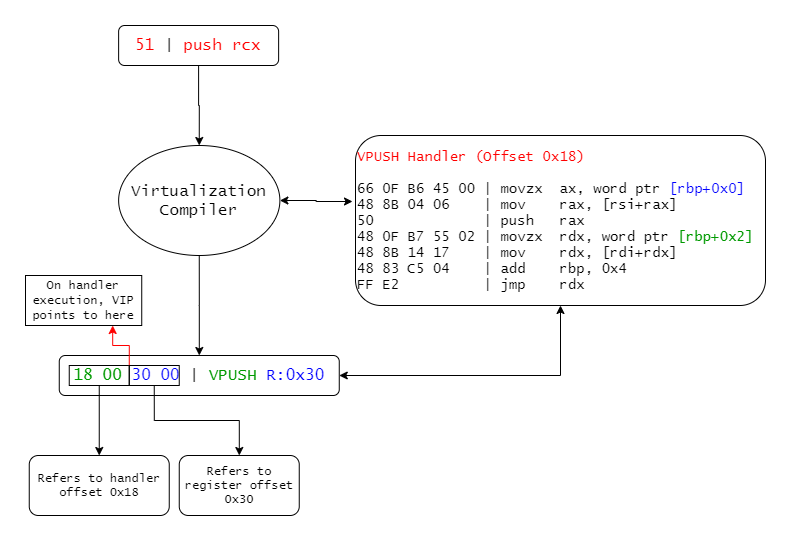
Above: assets/virtualization-1/vm-flowchart.png in 0xnobody/0xnobody.github.io (draw.io), before the change. Source tidied: cells renumbered, new cells last; positions are measured from the earlier drawing's top-left corner, leaving out a move shared by most shapes.
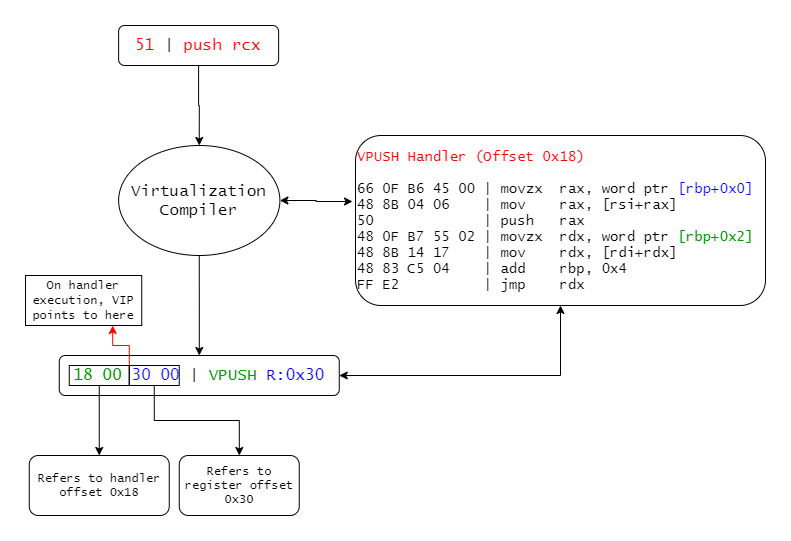
The same file after the commit.

Change to the diagram source:
```diff
@@ -46,7 +46,7 @@
     <mxCell id="15" value="&lt;font style=&quot;font-size: 16px&quot;&gt;Virtualization Compiler&lt;/font&gt;" style="ellipse;whiteSpace=wrap;html=1;fillColor=none;fontFamily=Lucida Console;fontColor=#000000;" parent="1" vertex="1">
       <mxGeometry x="93.1" y="120" width="161.2" height="110" as="geometry" />
     </mxCell>
-    <mxCell id="16" value="&lt;div style=&quot;font-size: 14px&quot;&gt;&lt;font style=&quot;font-size: 14px&quot; color=&quot;#ff0000&quot;&gt;VPUSH Handler (Offset 0x18)&lt;/font&gt;&lt;/div&gt;&lt;div style=&quot;font-size: 14px&quot;&gt;&lt;font style=&quot;font-size: 14px&quot;&gt;&lt;br&gt;&lt;/font&gt;&lt;/div&gt;&lt;div style=&quot;font-size: 14px&quot;&gt;&lt;font style=&quot;font-size: 14px&quot;&gt;66 0F B6 45 00 | movzx&amp;nbsp; ax, word ptr&amp;nbsp;&lt;font color=&quot;#0000ff&quot;&gt;[rbp+0x0]&lt;/font&gt;&lt;/font&gt;&lt;/div&gt;&lt;div style=&quot;font-size: 14px&quot;&gt;&lt;font style=&quot;font-size: 14px&quot;&gt;48 8B 04 06&amp;nbsp; &amp;nbsp; | mov&amp;nbsp; &amp;nbsp; rax, [rsi+rax]&lt;/font&gt;&lt;/div&gt;&lt;div style=&quot;font-size: 14px&quot;&gt;&lt;font style=&quot;font-size: 14px&quot;&gt;50&amp;nbsp; &amp;nbsp; &amp;nbsp; &amp;nbsp; &amp;nbsp; &amp;nbsp; &amp;nbsp;| push&amp;nbsp; &amp;nbsp;rax&lt;/font&gt;&lt;/div&gt;&lt;div style=&quot;font-size: 14px&quot;&gt;&lt;font style=&quot;font-size: 14px&quot;&gt;48 0F B7 55 02 | movzx&amp;nbsp; rdx, word ptr &lt;font color=&quot;#009900&quot;&gt;[rbp+0x2]&lt;/font&gt;&lt;/font&gt;&lt;/div&gt;&lt;div style=&quot;font-size: 14px&quot;&gt;&lt;font style=&quot;font-size: 14px&quot;&gt;48 8B 14 17&amp;nbsp; &amp;nbsp; | mov&amp;nbsp; &amp;nbsp; rdx, [rdi+rdx]&lt;/font&gt;&lt;/div&gt;&lt;div style=&quot;font-size: 14px&quot;&gt;&lt;font style=&quot;font-size: 14px&quot;&gt;48 83 C5 04&amp;nbsp; &amp;nbsp; | add&amp;nbsp; &amp;nbsp; rbp, 0x4&lt;/font&gt;&lt;/div&gt;&lt;div style=&quot;font-size: 14px&quot;&gt;&lt;font style=&quot;font-size: 14px&quot;&gt;FF E2&amp;nbsp; &amp;nbsp; &amp;nbsp; &amp;nbsp; &amp;nbsp; | jmp&amp;nbsp; &amp;nbsp; rdx&lt;/font&gt;&lt;/div&gt;" style="rounded=1;whiteSpace=wrap;html=1;fillColor=none;fontFamily=Lucida Console;fontColor=#000000;align=left;" parent="1" vertex="1">
+    <mxCell id="16" value="&lt;div style=&quot;font-size: 14px&quot;&gt;&lt;font style=&quot;font-size: 14px&quot; color=&quot;#ff0000&quot;&gt;VPUSH Handler (Offset 0x18)&lt;/font&gt;&lt;/div&gt;&lt;div style=&quot;font-size: 14px&quot;&gt;&lt;font style=&quot;font-size: 14px&quot;&gt;&lt;br&gt;&lt;/font&gt;&lt;/div&gt;&lt;div style=&quot;font-size: 14px&quot;&gt;&lt;font style=&quot;font-size: 14px&quot;&gt;66 0F B6 45 00 | movzx&amp;nbsp; rax, word ptr&amp;nbsp;&lt;font color=&quot;#0000ff&quot;&gt;[rbp+0x0]&lt;/font&gt;&lt;/font&gt;&lt;/div&gt;&lt;div style=&quot;font-size: 14px&quot;&gt;&lt;font style=&quot;font-size: 14px&quot;&gt;48 8B 04 06&amp;nbsp; &amp;nbsp; | mov&amp;nbsp; &amp;nbsp; rax, [rsi+rax]&lt;/font&gt;&lt;/div&gt;&lt;div style=&quot;font-size: 14px&quot;&gt;&lt;font style=&quot;font-size: 14px&quot;&gt;50&amp;nbsp; &amp;nbsp; &amp;nbsp; &amp;nbsp; &amp;nbsp; &amp;nbsp; &amp;nbsp;| push&amp;nbsp; &amp;nbsp;rax&lt;/font&gt;&lt;/div&gt;&lt;div style=&quot;font-size: 14px&quot;&gt;&lt;font style=&quot;font-size: 14px&quot;&gt;48 0F B7 55 02 | movzx&amp;nbsp; rdx, word ptr &lt;font color=&quot;#009900&quot;&gt;[rbp+0x2]&lt;/font&gt;&lt;/font&gt;&lt;/div&gt;&lt;div style=&quot;font-size: 14px&quot;&gt;&lt;font style=&quot;font-size: 14px&quot;&gt;48 8B 14 17&amp;nbsp; &amp;nbsp; | mov&amp;nbsp; &amp;nbsp; rdx, [rdi+rdx]&lt;/font&gt;&lt;/div&gt;&lt;div style=&quot;font-size: 14px&quot;&gt;&lt;font style=&quot;font-size: 14px&quot;&gt;48 83 C5 04&amp;nbsp; &amp;nbsp; | add&amp;nbsp; &amp;nbsp; rbp, 0x4&lt;/font&gt;&lt;/div&gt;&lt;div style=&quot;font-size: 14px&quot;&gt;&lt;font style=&quot;font-size: 14px&quot;&gt;FF E2&amp;nbsp; &amp;nbsp; &amp;nbsp; &amp;nbsp; &amp;nbsp; | jmp&amp;nbsp; &amp;nbsp; rdx&lt;/font&gt;&lt;/div&gt;" style="rounded=1;whiteSpace=wrap;html=1;fillColor=none;fontFamily=Lucida Console;fontColor=#000000;align=left;" parent="1" vertex="1">
       <mxGeometry x="330" y="110" width="410" height="170" as="geometry" />
     </mxCell>
     <mxCell id="17" value="&lt;font face=&quot;Lucida Console&quot;&gt;On handler execution, VIP points to here&lt;/font&gt;" style="rounded=0;whiteSpace=wrap;html=1;" parent="1" vertex="1">
```
